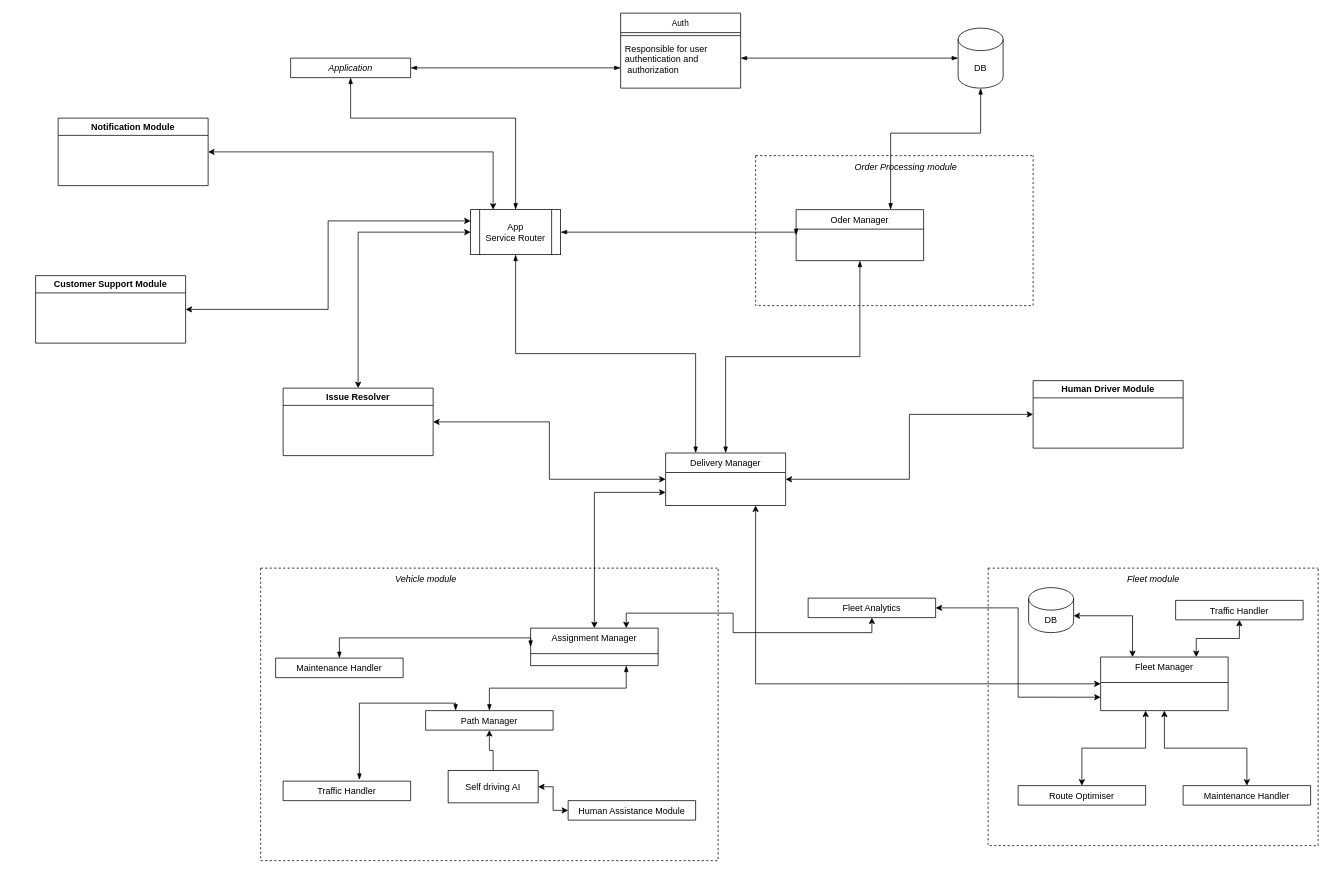
The draw.io diagram HLD.drawio in EntropyDev/kennect_assesment, before the edit. Source tidied: cells renumbered, new cells numbered last; positions are measured from the earlier drawing's top-left corner, leaving out a move shared by most shapes. Both pictures are drawn from the tidied source at 75%, with x=0, y=0 at pixel (35, 13).
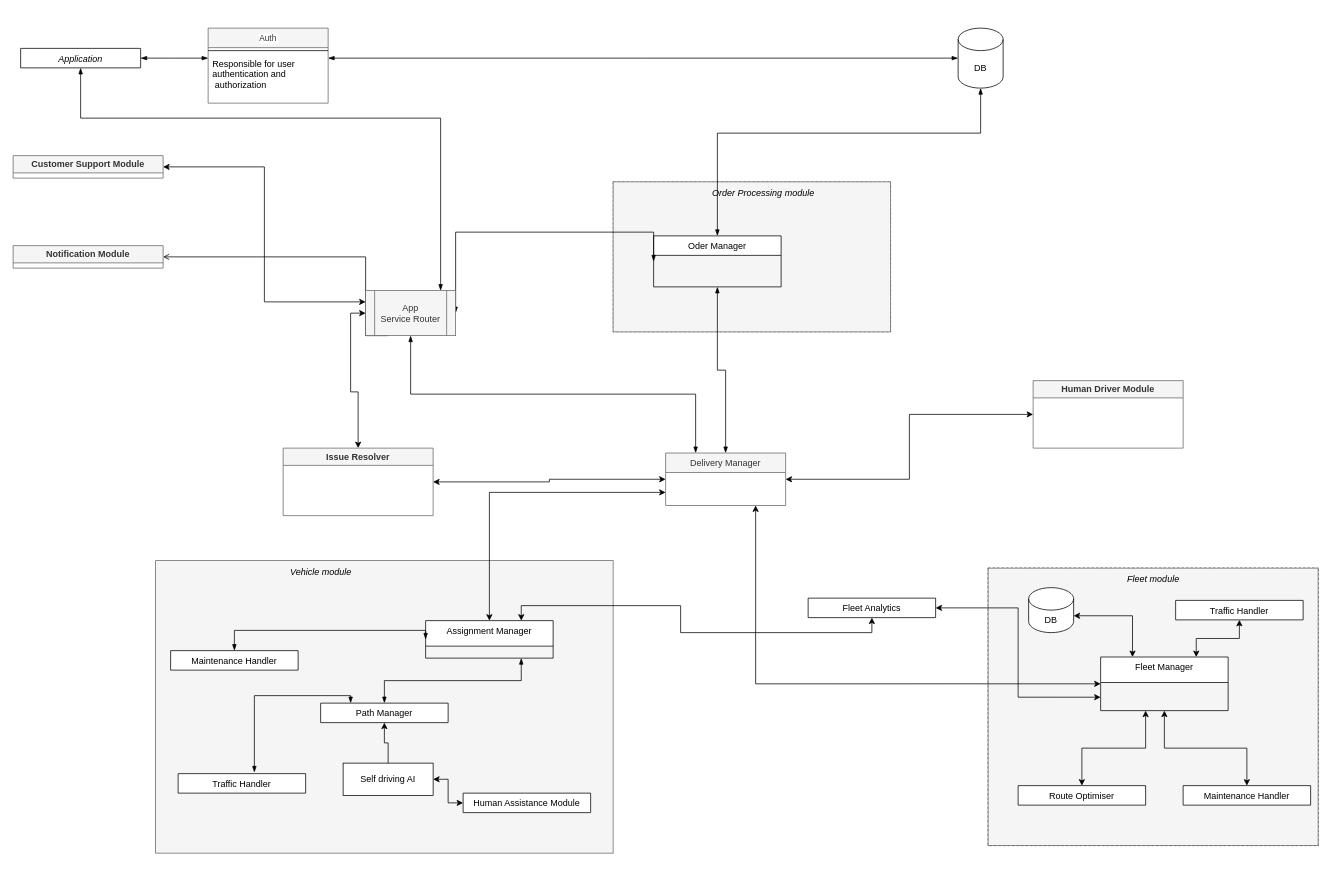
After the change.

Unchanged cells that the change refers to:
```xml
<mxCell id="12" style="swimlane;startSize=0;dashed=1;" parent="1" vertex="1">
  <mxGeometry x="1270" y="740" width="440" height="370" as="geometry" />
</mxCell>
<mxCell id="20" value="Fleet Manager" style="swimlane;fontStyle=0;align=center;verticalAlign=top;horizontal=1;startSize=34;rounded=0;shadow=0;strokeWidth=1;" parent="12" vertex="1" collapsed="1">
  <mxGeometry x="150" y="118.5" width="170" height="71.5" as="geometry" />
</mxCell>
```

Change to the diagram source:
```diff
@@
     <mxCell id="2" value="Application" style="swimlane;fontStyle=2;align=center;verticalAlign=top;horizontal=1;startSize=26;rounded=0;shadow=0;strokeWidth=1;" parent="1" vertex="1" collapsed="1">
-      <mxGeometry x="340" y="60" width="160" height="26" as="geometry" />
+      <mxGeometry x="-20" y="47" width="160" height="26" as="geometry" />
     </mxCell>
-    <mxCell id="3" style="edgeStyle=orthogonalEdgeStyle;rounded=0;jettySize=auto;html=1;exitX=0.75;exitY=1;exitDx=0;exitDy=0;entryX=0;entryY=0.5;entryDx=0;entryDy=0;startArrow=classic;startFill=1;" parent="1" edge="1" source="5" target="20">
-      <mxGeometry relative="1" as="geometry" />
-    </mxCell>
@@
-    <mxCell id="5" value="Delivery Manager" style="swimlane;fontStyle=0;align=center;verticalAlign=top;horizontal=1;startSize=26;rounded=0;shadow=0;strokeWidth=1;" parent="1" vertex="1" collapsed="1">
+    <mxCell id="5" value="Delivery Manager" style="swimlane;fontStyle=0;align=center;verticalAlign=top;horizontal=1;startSize=26;rounded=0;shadow=0;strokeWidth=1;fillColor=#f5f5f5;fontColor=#333333;strokeColor=#666666;" parent="1" vertex="1" collapsed="1">
       <mxGeometry x="840" y="586.5" width="160" height="70" as="geometry" />
     </mxCell>
-    <mxCell id="6" value="Auth" style="swimlane;fontStyle=0;align=center;verticalAlign=middle;horizontal=1;startSize=26;rounded=0;shadow=0;strokeWidth=1;labelBackgroundColor=default;endArrow=blockThin;fontSize=11;endFill=1;startArrow=blockThin;startFill=1;" parent="1" vertex="1">
-      <mxGeometry x="780" width="160" height="100" as="geometry" />
+    <mxCell id="6" value="Auth" style="swimlane;fontStyle=0;align=center;verticalAlign=middle;horizontal=1;startSize=26;rounded=0;shadow=0;strokeWidth=1;labelBackgroundColor=default;endArrow=blockThin;fontSize=11;endFill=1;startArrow=blockThin;startFill=1;fillColor=#f5f5f5;fontColor=#333333;strokeColor=#666666;" parent="1" vertex="1">
+      <mxGeometry x="230" y="20" width="160" height="100" as="geometry" />
     </mxCell>
@@
+    <mxCell id="57" style="rounded=0;whiteSpace=wrap;html=1;fillColor=#f5f5f5;fontColor=#333333;strokeColor=#666666;" parent="12" vertex="1">
+      <mxGeometry width="440" height="370" as="geometry" />
+    </mxCell>
@@
-    <mxCell id="23" style="swimlane;startSize=0;dashed=1;" parent="1" vertex="1">
-      <mxGeometry x="960" y="190" width="370" height="200" as="geometry" />
+    <mxCell id="23" style="swimlane;startSize=0;dashed=1;fillColor=#f5f5f5;fontColor=#333333;strokeColor=#666666;" parent="1" vertex="1">
+      <mxGeometry x="770" y="225" width="370" height="200" as="geometry" />
     </mxCell>
+    <mxCell id="58" style="rounded=0;whiteSpace=wrap;html=1;fillColor=#f5f5f5;fontColor=#333333;strokeColor=#666666;" parent="23" vertex="1">
+      <mxGeometry width="370" height="200" as="geometry" />
+    </mxCell>
@@
-    <mxCell id="28" value="App Service&amp;nbsp;Router" style="shape=process;whiteSpace=wrap;html=1;backgroundOutline=1;" parent="1" vertex="1">
-      <mxGeometry x="580" y="262" width="120" height="60" as="geometry" />
-    </mxCell>
@@
-    <mxCell id="32" style="swimlane;startSize=0;dashed=1;" parent="1" vertex="1">
-      <mxGeometry x="300" y="740" width="610" height="390" as="geometry" />
+    <mxCell id="32" style="swimlane;startSize=0;dashed=1;swimlaneLine=0;opacity=0;fillColor=#f5f5f5;fontColor=#333333;strokeColor=#666666;" parent="1" vertex="1">
+      <mxGeometry x="160" y="730" width="610" height="390" as="geometry" />
     </mxCell>
+    <mxCell id="59" style="rounded=0;whiteSpace=wrap;html=1;fillColor=#f5f5f5;fontColor=#333333;strokeColor=#666666;" parent="32" vertex="1">
+      <mxGeometry width="610" height="390" as="geometry" />
+    </mxCell>
@@
-    <mxCell id="46" style="edgeStyle=orthogonalEdgeStyle;rounded=0;jettySize=auto;html=1;exitX=0.5;exitY=0;exitDx=0;exitDy=0;entryX=0;entryY=0.5;entryDx=0;entryDy=0;startArrow=classic;startFill=1;" parent="1" edge="1" source="47" target="28">
-      <mxGeometry relative="1" as="geometry" />
-    </mxCell>
-    <mxCell id="47" value="Issue Resolver" style="swimlane;whiteSpace=wrap;html=1;" parent="1" vertex="1">
-      <mxGeometry x="330" y="500" width="200" height="90" as="geometry" />
-    </mxCell>
@@
-    <mxCell id="52" value="Customer Support Module" style="swimlane;whiteSpace=wrap;html=1;" parent="1" vertex="1">
-      <mxGeometry y="350" width="200" height="90" as="geometry" />
+    <mxCell id="52" value="Customer Support Module" style="swimlane;whiteSpace=wrap;html=1;fillColor=#f5f5f5;fontColor=#333333;strokeColor=#666666;" parent="1" vertex="1">
+      <mxGeometry x="-30" y="190" width="200" height="30" as="geometry" />
     </mxCell>
@@
-    <mxCell id="54" style="edgeStyle=orthogonalEdgeStyle;rounded=0;jettySize=auto;html=1;exitX=1;exitY=0.5;exitDx=0;exitDy=0;entryX=0.25;entryY=0;entryDx=0;entryDy=0;startArrow=classic;startFill=1;" parent="1" edge="1" source="55" target="28">
-      <mxGeometry relative="1" as="geometry" />
+    <mxCell id="54" style="edgeStyle=orthogonalEdgeStyle;rounded=0;jettySize=auto;html=1;exitX=1;exitY=0.5;exitDx=0;exitDy=0;entryX=0.25;entryY=1;entryDx=0;entryDy=0;startArrow=open;startFill=0;endArrow=none;endFill=0;" parent="1" edge="1" source="55" target="28">
+      <mxGeometry relative="1" as="geometry">
+        <Array as="points">
+          <mxPoint x="440" y="325" />
+        </Array>
+      </mxGeometry>
     </mxCell>
-    <mxCell id="55" value="Notification Module" style="swimlane;whiteSpace=wrap;html=1;" parent="1" vertex="1">
-      <mxGeometry x="30" y="140" width="200" height="90" as="geometry" />
+    <mxCell id="55" value="Notification Module" style="swimlane;whiteSpace=wrap;html=1;fillColor=#f5f5f5;fontColor=#333333;strokeColor=#666666;" parent="1" vertex="1">
+      <mxGeometry x="-30" y="310" width="200" height="30" as="geometry" />
     </mxCell>
-    <mxCell id="56" value="Human Driver Module" style="swimlane;whiteSpace=wrap;html=1;" parent="1" vertex="1">
+    <mxCell id="56" value="Human Driver Module" style="swimlane;whiteSpace=wrap;html=1;fillColor=#f5f5f5;fontColor=#333333;strokeColor=#666666;" parent="1" vertex="1">
       <mxGeometry x="1330" y="490" width="200" height="90" as="geometry" />
     </mxCell>
+    <mxCell id="28" value="App Service&amp;nbsp;Router" style="shape=process;whiteSpace=wrap;html=1;backgroundOutline=1;fillColor=#f5f5f5;fontColor=#333333;strokeColor=#666666;" parent="1" vertex="1">
+      <mxGeometry x="440" y="370" width="120" height="60" as="geometry" />
+    </mxCell>
+    <mxCell id="46" style="edgeStyle=orthogonalEdgeStyle;rounded=0;jettySize=auto;html=1;exitX=0.5;exitY=0;exitDx=0;exitDy=0;entryX=0;entryY=0.5;entryDx=0;entryDy=0;startArrow=classic;startFill=1;" parent="1" edge="1" source="47" target="28">
+      <mxGeometry relative="1" as="geometry" />
+    </mxCell>
+    <mxCell id="47" value="Issue Resolver" style="swimlane;whiteSpace=wrap;html=1;fillColor=#f5f5f5;fontColor=#333333;strokeColor=#666666;" parent="1" vertex="1">
+      <mxGeometry x="330" y="580" width="200" height="90" as="geometry" />
+    </mxCell>
+    <mxCell id="3" style="edgeStyle=orthogonalEdgeStyle;rounded=0;jettySize=auto;html=1;exitX=0.75;exitY=1;exitDx=0;exitDy=0;entryX=0;entryY=0.5;entryDx=0;entryDy=0;startArrow=classic;startFill=1;" parent="1" edge="1" source="5" target="20">
+      <mxGeometry relative="1" as="geometry" />
+    </mxCell>
```
